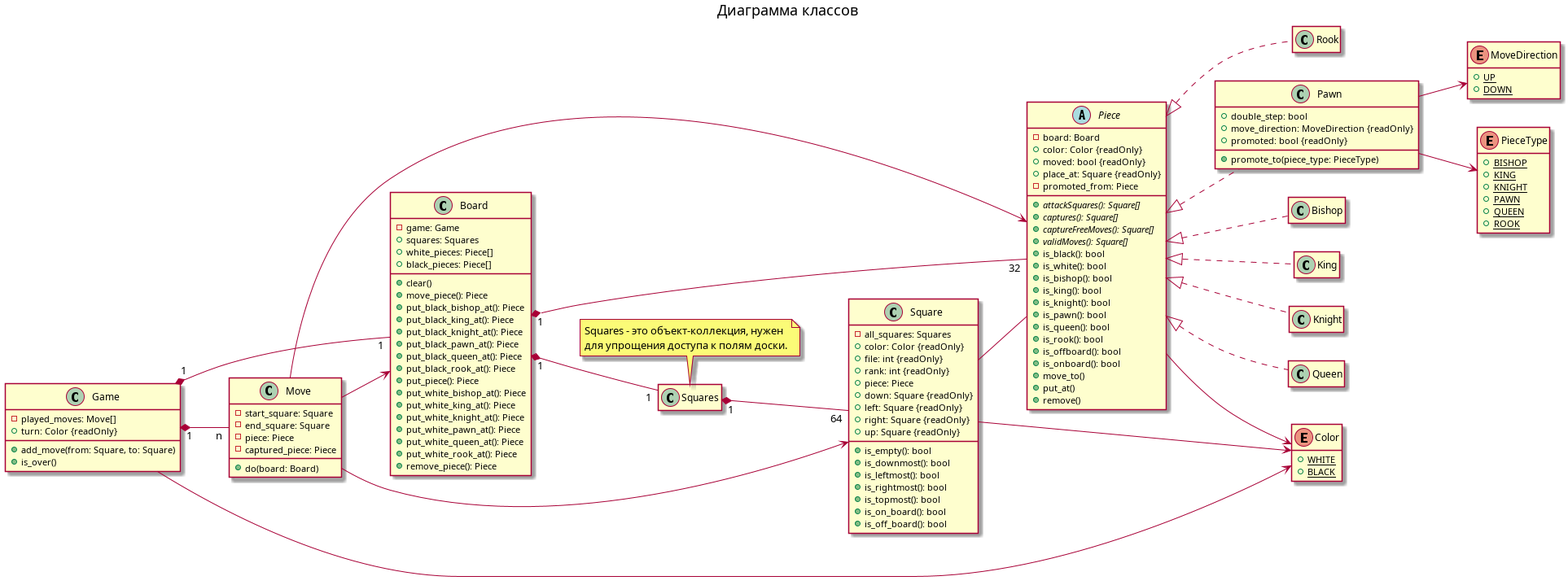
Before: docs/chess.png, a diagram exported from PlantUML (jaeshaed/531-chess). Its source is kept beside it as docs/chess.puml.
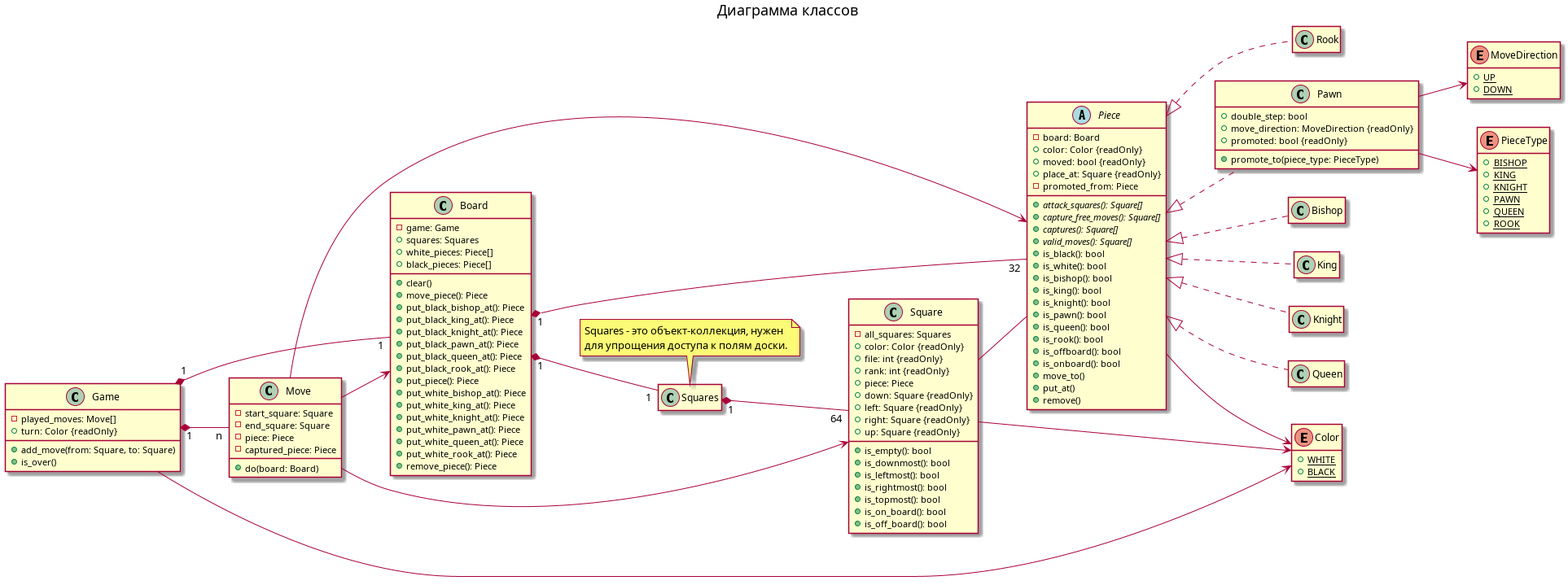
After the commit.

Commit message:
Исправил имена методов Piece на диаграмме классов.

Change to the diagram source:
```diff
@@ -79,10 +79,10 @@
   +moved: bool {readOnly}
   +place_at: Square {readOnly}
   -promoted_from: Piece
-  {abstract} +attackSquares(): Square[]
+  {abstract} +attack_squares(): Square[]
+  {abstract} +capture_free_moves(): Square[]
   {abstract} +captures(): Square[]
-  {abstract} +captureFreeMoves(): Square[]
-  {abstract} +validMoves(): Square[]
+  {abstract} +valid_moves(): Square[]
   +is_black(): bool
   +is_white(): bool
   +is_bishop(): bool
```
